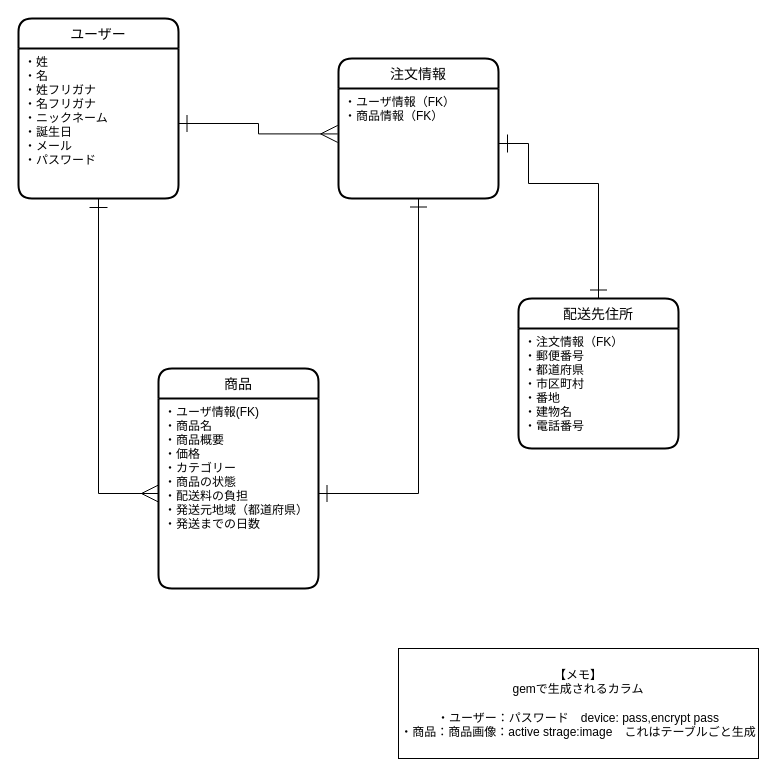
onigiricororin/furima-29104 keeps this draw.io diagram as DB.dio. Above is the earlier version. Source tidied: cells renumbered, new cells numbered last; positions are measured from the earlier drawing's top-left corner, leaving out a move shared by most shapes. Both pictures are drawn from the tidied source at 100%, with x=0, y=0 at pixel (18, 18).
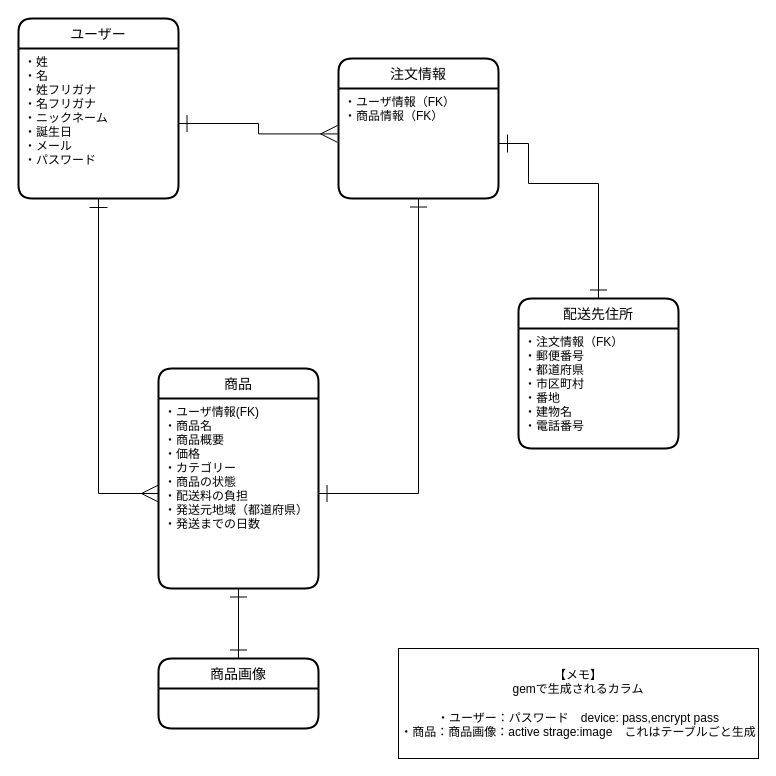
The same diagram, later.

The change refers to these unchanged cells:
```xml
<mxCell id="6" value="・ユーザ情報(FK)&#10;・商品名&#10;・商品概要&#10;・価格&#10;・カテゴリー&#10;・商品の状態&#10;・配送料の負担&#10;・発送元地域（都道府県）&#10;・発送までの日数" style="align=left;strokeColor=none;fillColor=none;spacingLeft=4;fontSize=12;verticalAlign=top;" parent="5" vertex="1">
  <mxGeometry y="30" width="160" height="190" as="geometry" />
</mxCell>
```

What changed in the source:
```diff
@@
+    <mxCell id="17" value="商品画像" style="swimlane;horizontal=1;startSize=30;rounded=1;fontSize=14;fontStyle=0;strokeWidth=2;shadow=0;dashed=0;align=center;" parent="1" vertex="1">
+      <mxGeometry x="140" y="640" width="160" height="70" as="geometry" />
+    </mxCell>
+    <mxCell id="18" style="edgeStyle=orthogonalEdgeStyle;rounded=0;jettySize=auto;html=1;startArrow=ERone;startFill=0;endArrow=ERone;endFill=0;strokeWidth=1;endSize=15;startSize=15;entryX=0.5;entryY=1;entryDx=0;entryDy=0;exitX=0.5;exitY=0;exitDx=0;exitDy=0;" parent="1" edge="1" source="17" target="6">
+      <mxGeometry relative="1" as="geometry" />
+    </mxCell>
```
